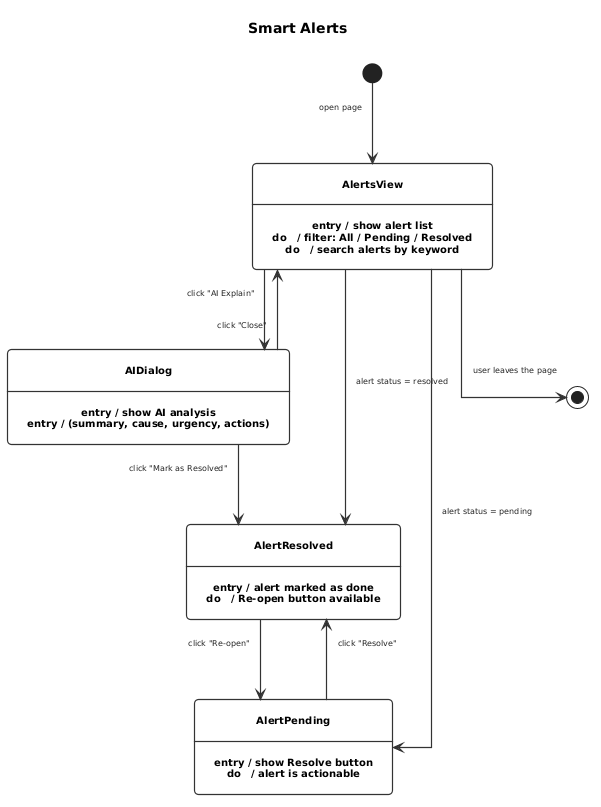
rayenbenzid1/PFE-Latex keeps this PlantUML diagram as images/sprint4/State Transition Diagram - Smart Alerts.png. Above is the earlier version.
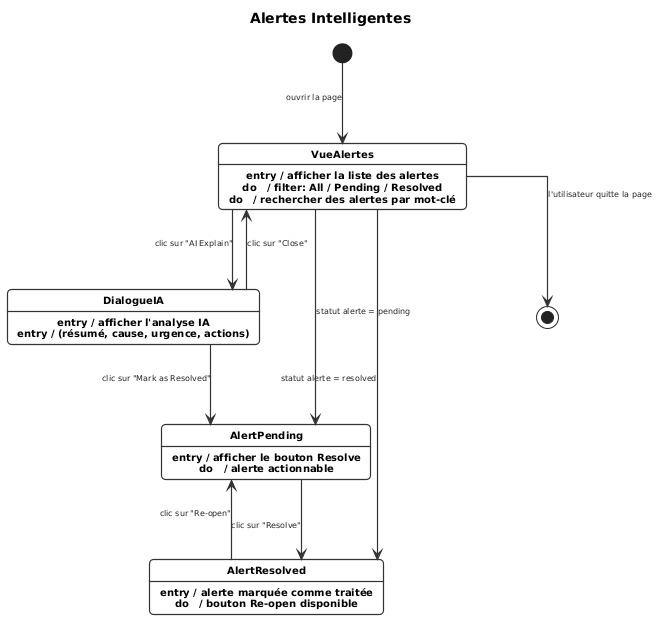
The same diagram one commit later.

The edit, as a diff of the source:
```diff
@@ -6,7 +6,7 @@
 skinparam StateBorderThickness 1.2
 skinparam ArrowColor #333333
 skinparam ArrowThickness 1.2
-skinparam StateAttributeFontSize 8
+skinparam StateAttributeFontSize 10
 skinparam StateAttributeFontColor #555555
 skinparam StateFontSize 10
 skinparam StateFontColor #000000
@@ -14,7 +14,7 @@
 skinparam ArrowFontSize 8
 skinparam ArrowFontColor #222222
 skinparam defaultTextAlignment center
-skinparam Padding 10
+
 skinparam RoundCorner 8
 skinparam nodesep 55
 skinparam ranksep 80
@@ -22,40 +22,35 @@
 skinparam linetype ortho
 skinparam backgroundColor #FFFFFF
 
-title Smart Alerts
+title Alertes Intelligentes
 
-
-
-state AlertsView {
-  AlertsView : entry / show alert list
-  AlertsView : do   / filter: All / Pending / Resolved
-  AlertsView : do   / search alerts by keyword
+state VueAlertes {
+  VueAlertes : entry / afficher la liste des alertes
+  VueAlertes : do   / filter: All / Pending / Resolved
+  VueAlertes : do   / rechercher des alertes par mot-clé
+}
+state DialogueIA {
+  DialogueIA : entry / afficher l'analyse IA
+  DialogueIA : entry / (résumé, cause, urgence, actions)
+}
+state AlertResolved {
+  AlertResolved : entry / alerte marquée comme traitée
+  AlertResolved : do   / bouton Re-open disponible
+}
+state AlertPending  {
+  AlertPending  : entry / afficher le bouton Resolve
+  AlertPending  : do   / alerte actionnable
 }
 
-state AIDialog {
-  AIDialog : entry / show AI analysis
-  AIDialog : entry / (summary, cause, urgency, actions)
-}
+[*]        --> VueAlertes     : ouvrir la page
+VueAlertes --> [*]            : l'utilisateur quitte la page
 
-state AlertResolved {
-  AlertResolved : entry / alert marked as done
-  AlertResolved : do   / Re-open button available
-}
+VueAlertes    --> DialogueIA      : clic sur "AI Explain"
+DialogueIA    --> VueAlertes      : clic sur "Close"
+DialogueIA    --> AlertPending    : clic sur "Mark as Resolved"
 
-state AlertPending {
-  AlertPending : entry / show Resolve button
-  AlertPending : do   / alert is actionable
-}
-
-[*]          --> AlertsView : open page
-AlertsView   --> [*]           : user leaves the page
-
-AlertsView  --> AIDialog       : click "AI Explain"
-AIDialog    --> AlertsView     : click "Close"
-AIDialog    --> AlertResolved  : click "Mark as Resolved"
-
-AlertsView  --> AlertResolved  : alert status = resolved
-AlertsView  --> AlertPending   : alert status = pending
-AlertResolved --> AlertPending : click "Re-open"
-AlertPending  --> AlertResolved : click "Resolve"
+VueAlertes      --> AlertResolved    : statut alerte = resolved
+VueAlertes      --> AlertPending  : statut alerte = pending
+AlertResolved    --> AlertPending  : clic sur "Re-open"
+AlertPending  --> AlertResolved    : clic sur "Resolve"
 @enduml
```
